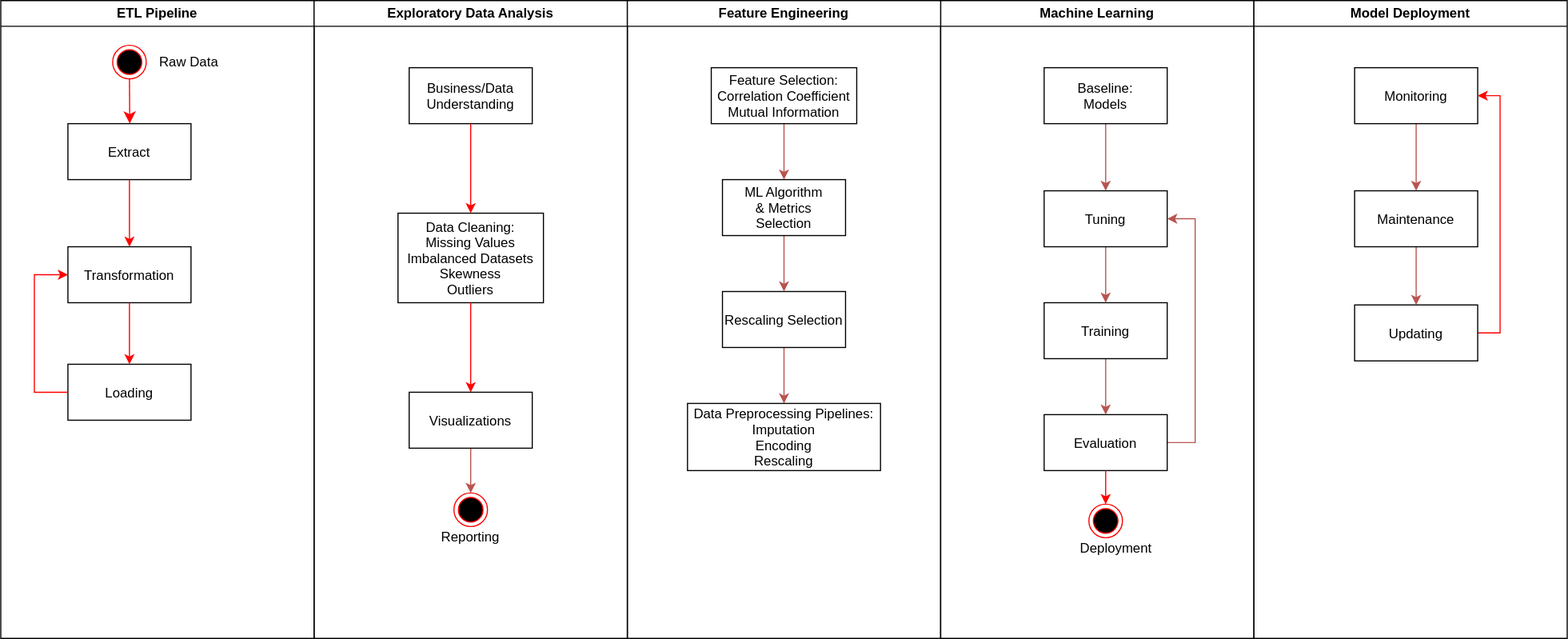
The draw.io diagram general_machine_learning.svg in ZacksAmber/Flowcharts, before a commit. Source tidied: cells renumbered, new cells last; positions are measured from the earlier drawing's top-left corner, leaving out a move shared by most shapes.
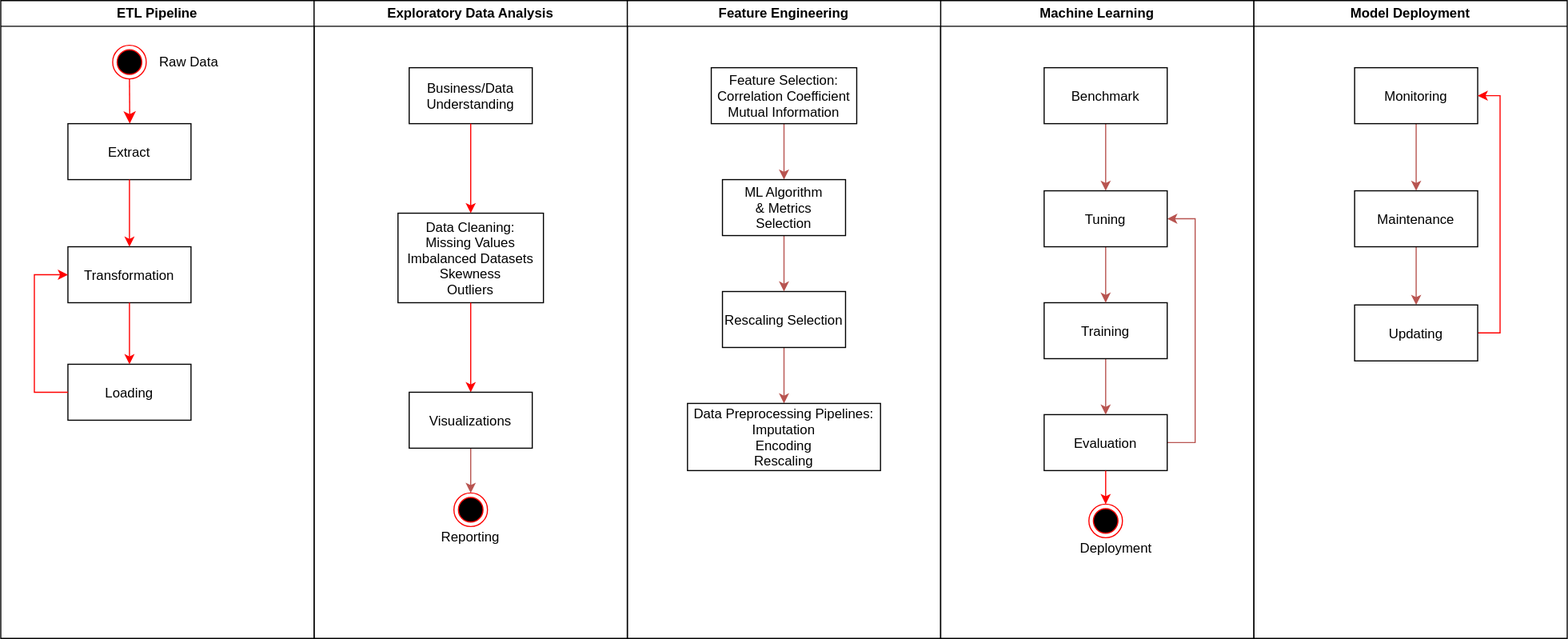
After the commit.

Diff of the diagram source:
```diff
@@ -93,7 +93,7 @@
     <mxCell id="27" style="edgeStyle=orthogonalEdgeStyle;rounded=0;jettySize=auto;html=1;fillColor=#f8cecc;strokeColor=#b85450;" parent="22" edge="1" source="28" target="32">
       <mxGeometry relative="1" as="geometry" />
     </mxCell>
-    <mxCell id="28" value="Baseline:&#10;Models" parent="22" vertex="1">
+    <mxCell id="28" value="Benchmark" parent="22" vertex="1">
       <mxGeometry x="92.5" y="60" width="110" height="50" as="geometry" />
     </mxCell>
     <mxCell id="29" style="edgeStyle=orthogonalEdgeStyle;rounded=0;jettySize=auto;html=1;fillColor=#f8cecc;strokeColor=#b85450;" parent="22" edge="1" source="30" target="24">
```
